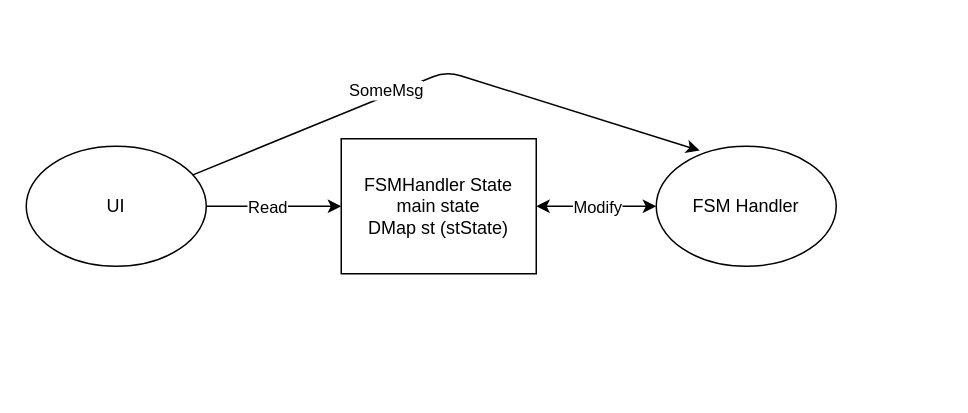
The draw.io diagram dio/f.dio in sdzx-1/typed-gui, before the edit. Source tidied: cells renumbered, new cells numbered last; positions are measured from the earlier drawing's top-left corner, leaving out a move shared by most shapes. Both pictures are drawn from the tidied source at 150%, with x=0, y=0 at pixel (26, 70).
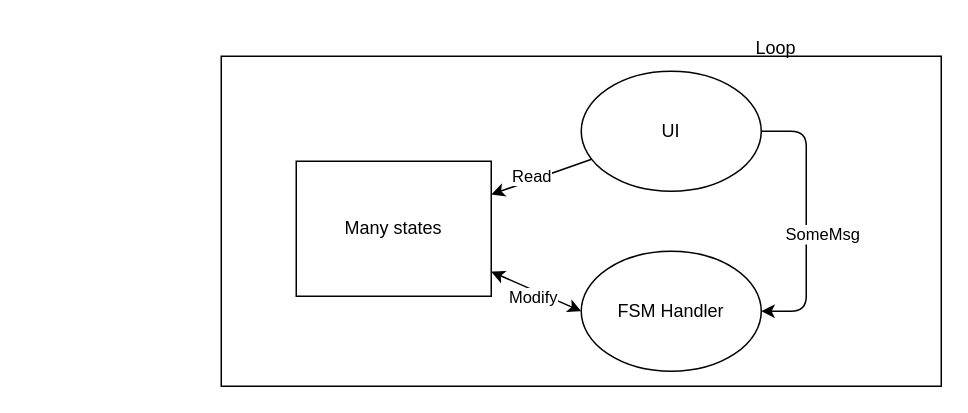
After the change.

Diff of the diagram source:
```diff
@@
 <mxGraphModel>
   <root>
     <mxCell id="0" />
     <mxCell id="1" parent="0" />
+    <mxCell id="11" style="rounded=0;whiteSpace=wrap;html=1;" parent="1" vertex="1">
+      <mxGeometry x="130" y="-10" width="480" height="220" as="geometry" />
+    </mxCell>
     <mxCell id="2" style="edgeStyle=none;html=1;endArrow=none;endFill=0;startArrow=classic;startFill=1;" parent="1" edge="1" source="6" target="9">
       <mxGeometry relative="1" as="geometry" />
     </mxCell>
     <mxCell id="3" value="Read" style="edgeLabel;html=1;align=center;verticalAlign=middle;" parent="2" vertex="1">
       <mxGeometry x="-0.49" y="-2" relative="1" as="geometry">
-        <mxPoint x="-27" y="2" as="offset" />
+        <mxPoint x="9" y="-9" as="offset" />
       </mxGeometry>
     </mxCell>
     <mxCell id="4" style="edgeStyle=none;html=1;entryX=0;entryY=0.5;entryDx=0;entryDy=0;startArrow=classic;startFill=1;" parent="1" edge="1" source="6" target="10">
       <mxGeometry relative="1" as="geometry" />
     </mxCell>
     <mxCell id="5" value="Modify" style="edgeLabel;html=1;align=center;verticalAlign=middle;" parent="4" vertex="1">
       <mxGeometry x="0.28" relative="1" as="geometry">
         <mxPoint x="-11" as="offset" />
       </mxGeometry>
     </mxCell>
-    <mxCell id="6" value="FSMHandler State&lt;br&gt;main state&lt;br&gt;DMap st (stState)" style="rounded=0;whiteSpace=wrap;html=1;" parent="1" vertex="1">
-      <mxGeometry x="210" y="45" width="130" height="90" as="geometry" />
+    <mxCell id="6" value="Many states" style="rounded=0;whiteSpace=wrap;html=1;" parent="1" vertex="1">
+      <mxGeometry x="180" y="60" width="130" height="90" as="geometry" />
     </mxCell>
-    <mxCell id="7" style="edgeStyle=none;html=1;entryX=0.241;entryY=0.036;entryDx=0;entryDy=0;entryPerimeter=0;" parent="1" edge="1" source="9" target="10">
-      <mxGeometry relative="1" as="geometry">
-        <Array as="points">
-          <mxPoint x="280" />
-        </Array>
-      </mxGeometry>
+    <mxCell id="7" style="edgeStyle=entityRelationEdgeStyle;html=1;" parent="1" edge="1" source="9" target="10">
+      <mxGeometry relative="1" as="geometry" />
     </mxCell>
     <mxCell id="8" value="SomeMsg" style="edgeLabel;html=1;align=center;verticalAlign=middle;" parent="7" vertex="1">
       <mxGeometry x="-0.19" y="1" relative="1" as="geometry">
-        <mxPoint x="-6" as="offset" />
+        <mxPoint x="9" y="25" as="offset" />
       </mxGeometry>
     </mxCell>
     <mxCell id="9" value="UI" style="ellipse;whiteSpace=wrap;html=1;" parent="1" vertex="1">
-      <mxGeometry y="50" width="120" height="80" as="geometry" />
+      <mxGeometry x="370" width="120" height="80" as="geometry" />
     </mxCell>
     <mxCell id="10" value="FSM Handler" style="ellipse;whiteSpace=wrap;html=1;" parent="1" vertex="1">
-      <mxGeometry x="420" y="50" width="120" height="80" as="geometry" />
+      <mxGeometry x="370" y="120" width="120" height="80" as="geometry" />
     </mxCell>
+    <mxCell id="12" value="Loop" style="text;html=1;strokeColor=none;fillColor=none;align=center;verticalAlign=middle;whiteSpace=wrap;rounded=0;" parent="1" vertex="1">
+      <mxGeometry x="470" y="-30" width="60" height="30" as="geometry" />
+    </mxCell>
   </root>
 </mxGraphModel>
```
